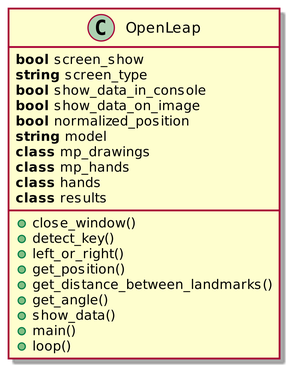
The PlantUML diagram Documentation/images/class.png in szymciem8/OpenLeap, before a commit. Source of this version:
```plantuml
@startuml

scale 5

class OpenLeap{

    +close_window()
    +detect_key()
    +left_or_right()
    +get_position()
    +get_distance_between_landmarks()
    +get_angle()
    +show_data()
    +main()
    +loop()

    **bool** screen_show
    **string** screen_type
    **bool** show_data_in_console
    **bool** show_data_on_image
    **bool** normalized_position
    **string** model
    **class** mp_drawings
    **class** mp_hands
    **class** hands
    **class** results
}

@enduml
```
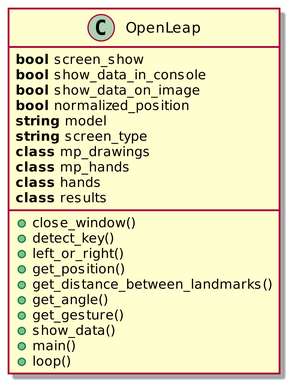
After the commit.

Change to the diagram source:
```diff
@@ -10,16 +10,17 @@
     +get_position()
     +get_distance_between_landmarks()
     +get_angle()
+    +get_gesture()
     +show_data()
     +main()
     +loop()
 
     **bool** screen_show
-    **string** screen_type
     **bool** show_data_in_console
     **bool** show_data_on_image
     **bool** normalized_position
     **string** model
+    **string** screen_type
     **class** mp_drawings
     **class** mp_hands
     **class** hands
```
